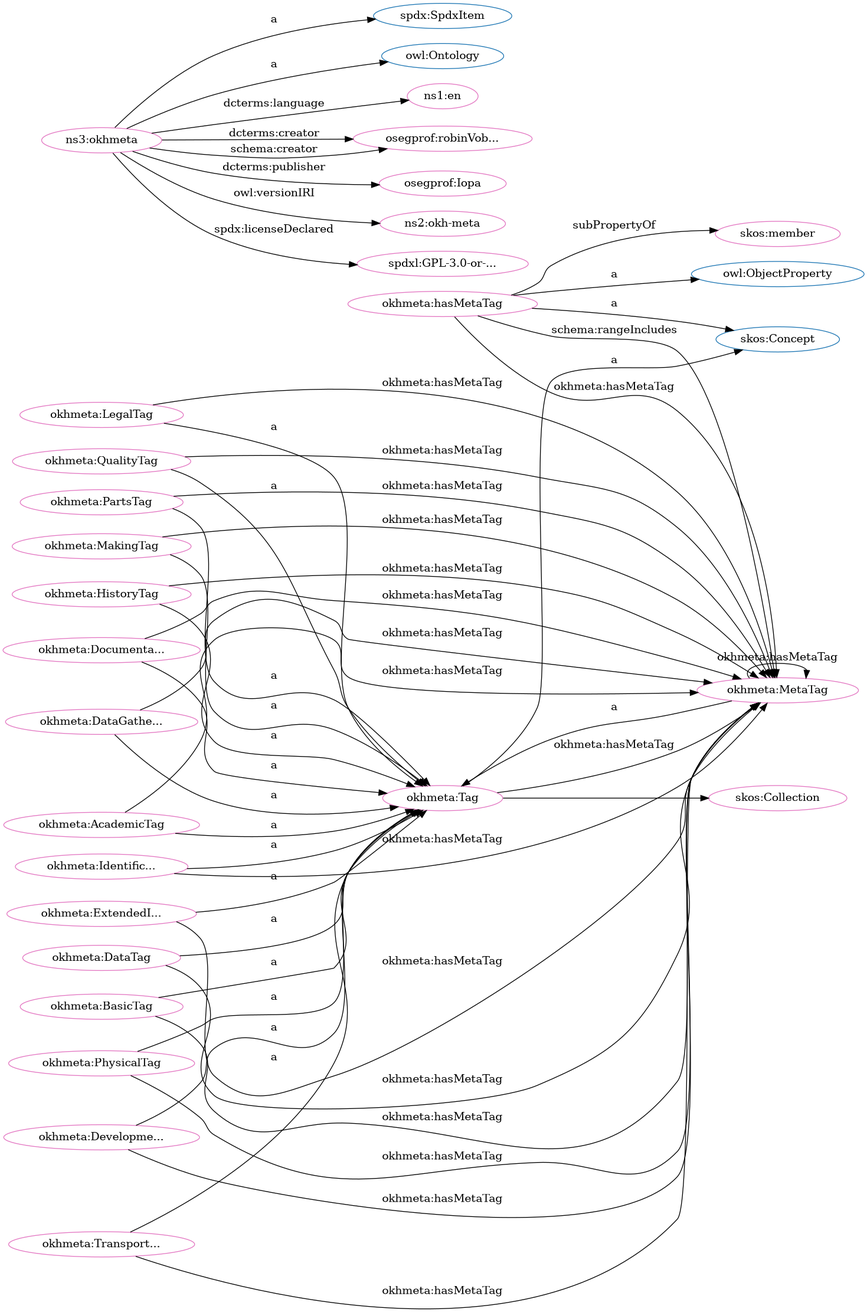
iop-alliance/OpenKnowHow keeps this Graphviz diagram as src/spec/dot_okh-meta.png. Above is the earlier version. Its source is kept beside it as src/spec/dot_okh-meta.dot.
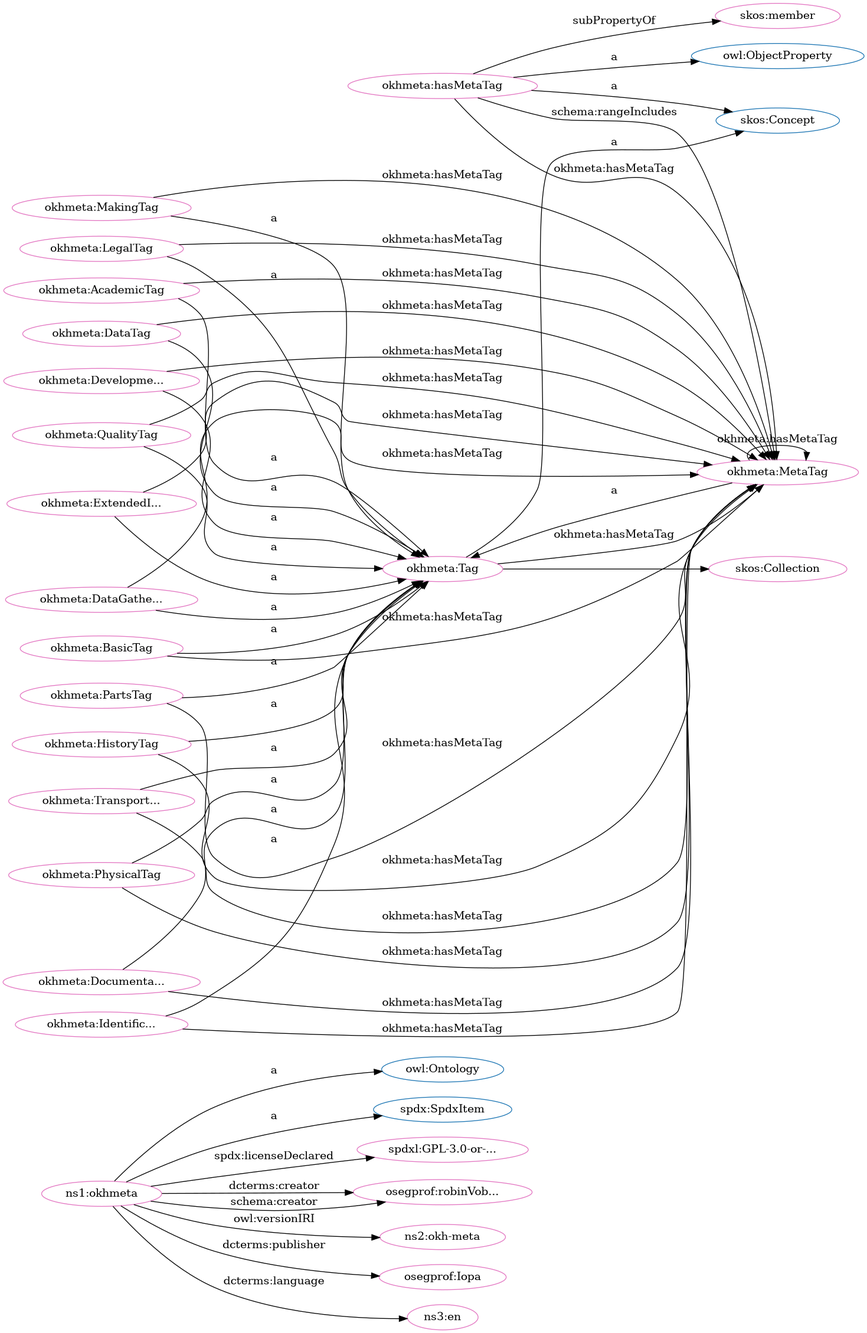
After the commit.

Change to the diagram source:
```diff
@@ -1,85 +1,85 @@
 digraph G {
   rankdir=BT
   node[height=.3]
-"http://www.w3.org/2004/02/skos/core#Collection" [fillcolor="#1f77b4" color="#1f77b4" label="skos:Collection"]
-"http://spdx.org/rdf/terms#SpdxItem" [fillcolor="#1f77b4" color="#1f77b4" label="spdx:SpdxItem"]
-"http://w3id.org/oseg/ont/okhmeta#Tag" [fillcolor="#1f77b4" color="#1f77b4" label="okhmeta:Tag"]
 "http://www.w3.org/2002/07/owl#Ontology" [fillcolor="#1f77b4" color="#1f77b4" label="owl:Ontology"]
 "http://www.w3.org/2004/02/skos/core#Concept" [fillcolor="#1f77b4" color="#1f77b4" label="skos:Concept"]
+"http://spdx.org/rdf/terms#SpdxItem" [fillcolor="#1f77b4" color="#1f77b4" label="spdx:SpdxItem"]
+"http://www.w3.org/2002/07/owl#ObjectProperty" [fillcolor="#1f77b4" color="#1f77b4" label="owl:ObjectProperty"]
+"http://w3id.org/oseg/ont/okhmeta#Tag" [fillcolor="#1f77b4" color="#1f77b4" label="okhmeta:Tag"]
+"http://www.w3.org/2004/02/skos/core#Collection" [fillcolor="#1f77b4" color="#1f77b4" label="skos:Collection"]
 "http://w3id.org/oseg/ont/okhmeta#MetaTag" [fillcolor="#1f77b4" color="#1f77b4" label="okhmeta:MetaTag"]
-"http://www.w3.org/2002/07/owl#ObjectProperty" [fillcolor="#1f77b4" color="#1f77b4" label="owl:ObjectProperty"]
+"http://spdx.org/licenses/GPL-3.0-or-later" [fillcolor="#e377c2" color="#e377c2" label="spdxl:GPL-3.0-or-..."]
+"http://w3id.org/oseg/ont/okhmeta#DevelopmentTag" [fillcolor="#e377c2" color="#e377c2" label="okhmeta:Developme..."]
+"http://w3id.org/oseg/ont/oseg-profiles#robinVobruba" [fillcolor="#e377c2" color="#e377c2" label="osegprof:robinVob..."]
+"http://w3id.org/oseg/ont/okhmeta#MetaTag" [fillcolor="#e377c2" color="#e377c2" label="okhmeta:MetaTag"]
+"http://w3id.org/oseg/ont/okhmeta" [fillcolor="#e377c2" color="#e377c2" label="ns1:okhmeta"]
+"http://w3id.org/oseg/ont/okhmeta#PhysicalTag" [fillcolor="#e377c2" color="#e377c2" label="okhmeta:PhysicalTag"]
+"http://w3id.org/oseg/ont/okhmeta#MakingTag" [fillcolor="#e377c2" color="#e377c2" label="okhmeta:MakingTag"]
+"http://w3id.org/oseg/ont/okhmeta#PartsTag" [fillcolor="#e377c2" color="#e377c2" label="okhmeta:PartsTag"]
+"http://w3id.org/oseg/ont/okhmeta#TransportationTag" [fillcolor="#e377c2" color="#e377c2" label="okhmeta:Transport..."]
+"http://w3id.org/oseg/ont/okhmeta#Tag" [fillcolor="#e377c2" color="#e377c2" label="okhmeta:Tag"]
+"http://w3id.org/oseg/ont/okhmeta#LegalTag" [fillcolor="#e377c2" color="#e377c2" label="okhmeta:LegalTag"]
+"http://w3id.org/oseg/ont/okhmeta#hasMetaTag" [fillcolor="#e377c2" color="#e377c2" label="okhmeta:hasMetaTag"]
+"http://w3id.org/oseg/ont/okhmeta#AcademicTag" [fillcolor="#e377c2" color="#e377c2" label="okhmeta:AcademicTag"]
+"http://w3id.org/oseg/ont/okhmeta#BasicTag" [fillcolor="#e377c2" color="#e377c2" label="okhmeta:BasicTag"]
+"http://w3id.org/oseg/ont/okhmeta#IdentificationTag" [fillcolor="#e377c2" color="#e377c2" label="okhmeta:Identific..."]
+"http://w3id.org/oseg/ont/okhmeta#ExtendedInfoTag" [fillcolor="#e377c2" color="#e377c2" label="okhmeta:ExtendedI..."]
 "http://www.w3.org/2004/02/skos/core#member" [fillcolor="#e377c2" color="#e377c2" label="skos:member"]
-"http://w3id.org/oseg/ont/okhmeta#MetaTag" [fillcolor="#e377c2" color="#e377c2" label="okhmeta:MetaTag"]
-"http://id.loc.gov/vocabulary/iso639-1/en" [fillcolor="#e377c2" color="#e377c2" label="ns1:en"]
-"http://w3id.org/oseg/ont/oseg-profiles#robinVobruba" [fillcolor="#e377c2" color="#e377c2" label="osegprof:robinVob..."]
+"http://w3id.org/oseg/ont/okhmeta#DocumentationTag" [fillcolor="#e377c2" color="#e377c2" label="okhmeta:Documenta..."]
+"http://w3id.org/oseg/ont/okhmeta#DataGatheringTag" [fillcolor="#e377c2" color="#e377c2" label="okhmeta:DataGathe..."]
+"http://w3id.org/oseg/ont/1.1.0/okh-meta" [fillcolor="#e377c2" color="#e377c2" label="ns2:okh-meta"]
 "http://w3id.org/oseg/ont/okhmeta#HistoryTag" [fillcolor="#e377c2" color="#e377c2" label="okhmeta:HistoryTag"]
+"http://w3id.org/oseg/ont/oseg-profiles#Iopa" [fillcolor="#e377c2" color="#e377c2" label="osegprof:Iopa"]
+"http://id.loc.gov/vocabulary/iso639-1/en" [fillcolor="#e377c2" color="#e377c2" label="ns3:en"]
+"http://w3id.org/oseg/ont/okhmeta#QualityTag" [fillcolor="#e377c2" color="#e377c2" label="okhmeta:QualityTag"]
 "http://www.w3.org/2004/02/skos/core#Collection" [fillcolor="#e377c2" color="#e377c2" label="skos:Collection"]
-"http://w3id.org/oseg/ont/okhmeta#PhysicalTag" [fillcolor="#e377c2" color="#e377c2" label="okhmeta:PhysicalTag"]
-"http://w3id.org/oseg/ont/okhmeta#LegalTag" [fillcolor="#e377c2" color="#e377c2" label="okhmeta:LegalTag"]
-"http://w3id.org/oseg/ont/okhmeta#ExtendedInfoTag" [fillcolor="#e377c2" color="#e377c2" label="okhmeta:ExtendedI..."]
-"http://w3id.org/oseg/ont/okhmeta#BasicTag" [fillcolor="#e377c2" color="#e377c2" label="okhmeta:BasicTag"]
-"http://w3id.org/oseg/ont/okhmeta#QualityTag" [fillcolor="#e377c2" color="#e377c2" label="okhmeta:QualityTag"]
-"http://w3id.org/oseg/ont/okhmeta#PartsTag" [fillcolor="#e377c2" color="#e377c2" label="okhmeta:PartsTag"]
-"http://w3id.org/oseg/ont/oseg-profiles#Iopa" [fillcolor="#e377c2" color="#e377c2" label="osegprof:Iopa"]
-"http://w3id.org/oseg/ont/okhmeta#hasMetaTag" [fillcolor="#e377c2" color="#e377c2" label="okhmeta:hasMetaTag"]
-"http://w3id.org/oseg/ont/okhmeta#IdentificationTag" [fillcolor="#e377c2" color="#e377c2" label="okhmeta:Identific..."]
-"http://w3id.org/oseg/ont/1.1.0/okh-meta" [fillcolor="#e377c2" color="#e377c2" label="ns2:okh-meta"]
-"http://w3id.org/oseg/ont/okhmeta" [fillcolor="#e377c2" color="#e377c2" label="ns3:okhmeta"]
-"http://w3id.org/oseg/ont/okhmeta#TransportationTag" [fillcolor="#e377c2" color="#e377c2" label="okhmeta:Transport..."]
-"http://w3id.org/oseg/ont/okhmeta#DataGatheringTag" [fillcolor="#e377c2" color="#e377c2" label="okhmeta:DataGathe..."]
-"http://w3id.org/oseg/ont/okhmeta#DevelopmentTag" [fillcolor="#e377c2" color="#e377c2" label="okhmeta:Developme..."]
-"http://w3id.org/oseg/ont/okhmeta#AcademicTag" [fillcolor="#e377c2" color="#e377c2" label="okhmeta:AcademicTag"]
 "http://w3id.org/oseg/ont/okhmeta#DataTag" [fillcolor="#e377c2" color="#e377c2" label="okhmeta:DataTag"]
-"http://w3id.org/oseg/ont/okhmeta#DocumentationTag" [fillcolor="#e377c2" color="#e377c2" label="okhmeta:Documenta..."]
-"http://w3id.org/oseg/ont/okhmeta#MakingTag" [fillcolor="#e377c2" color="#e377c2" label="okhmeta:MakingTag"]
-"http://spdx.org/licenses/GPL-3.0-or-later" [fillcolor="#e377c2" color="#e377c2" label="spdxl:GPL-3.0-or-..."]
-"http://w3id.org/oseg/ont/okhmeta#Tag" [fillcolor="#e377c2" color="#e377c2" label="okhmeta:Tag"]
+  "http://w3id.org/oseg/ont/okhmeta#TransportationTag" -> "http://w3id.org/oseg/ont/okhmeta#MetaTag" [label="okhmeta:hasMetaTag"]
+  "http://w3id.org/oseg/ont/okhmeta#hasMetaTag" -> "http://w3id.org/oseg/ont/okhmeta#MetaTag" [label="okhmeta:hasMetaTag"]
+  "http://w3id.org/oseg/ont/okhmeta#hasMetaTag" -> "http://w3id.org/oseg/ont/okhmeta#MetaTag" [label="schema:rangeIncludes"]
+  "http://w3id.org/oseg/ont/okhmeta#LegalTag" -> "http://w3id.org/oseg/ont/okhmeta#MetaTag" [label="okhmeta:hasMetaTag"]
+  "http://w3id.org/oseg/ont/okhmeta" -> "http://w3id.org/oseg/ont/oseg-profiles#robinVobruba" [label="dcterms:creator"]
+  "http://w3id.org/oseg/ont/okhmeta#MakingTag" -> "http://w3id.org/oseg/ont/okhmeta#Tag" [label="a"]
+  "http://w3id.org/oseg/ont/okhmeta#DevelopmentTag" -> "http://w3id.org/oseg/ont/okhmeta#MetaTag" [label="okhmeta:hasMetaTag"]
+  "http://w3id.org/oseg/ont/okhmeta#DataTag" -> "http://w3id.org/oseg/ont/okhmeta#MetaTag" [label="okhmeta:hasMetaTag"]
+  "http://w3id.org/oseg/ont/okhmeta#PartsTag" -> "http://w3id.org/oseg/ont/okhmeta#Tag" [label="a"]
+  "http://w3id.org/oseg/ont/okhmeta#TransportationTag" -> "http://w3id.org/oseg/ont/okhmeta#Tag" [label="a"]
+  "http://w3id.org/oseg/ont/okhmeta#Tag" -> "http://www.w3.org/2004/02/skos/core#Concept" [label="a"]
+  "http://w3id.org/oseg/ont/okhmeta#BasicTag" -> "http://w3id.org/oseg/ont/okhmeta#MetaTag" [label="okhmeta:hasMetaTag"]
+  "http://w3id.org/oseg/ont/okhmeta#IdentificationTag" -> "http://w3id.org/oseg/ont/okhmeta#MetaTag" [label="okhmeta:hasMetaTag"]
+  "http://w3id.org/oseg/ont/okhmeta#Tag" -> "http://w3id.org/oseg/ont/okhmeta#MetaTag" [label="okhmeta:hasMetaTag"]
+  "http://w3id.org/oseg/ont/okhmeta#LegalTag" -> "http://w3id.org/oseg/ont/okhmeta#Tag" [label="a"]
+  "http://w3id.org/oseg/ont/okhmeta#hasMetaTag" -> "http://www.w3.org/2002/07/owl#ObjectProperty" [label="a"]
+  "http://w3id.org/oseg/ont/okhmeta#AcademicTag" -> "http://w3id.org/oseg/ont/okhmeta#Tag" [label="a"]
+  "http://w3id.org/oseg/ont/okhmeta#BasicTag" -> "http://w3id.org/oseg/ont/okhmeta#Tag" [label="a"]
+  "http://w3id.org/oseg/ont/okhmeta#IdentificationTag" -> "http://w3id.org/oseg/ont/okhmeta#Tag" [label="a"]
+  "http://w3id.org/oseg/ont/okhmeta#PartsTag" -> "http://w3id.org/oseg/ont/okhmeta#MetaTag" [label="okhmeta:hasMetaTag"]
+  "http://w3id.org/oseg/ont/okhmeta#QualityTag" -> "http://w3id.org/oseg/ont/okhmeta#MetaTag" [label="okhmeta:hasMetaTag"]
+  "http://w3id.org/oseg/ont/okhmeta#ExtendedInfoTag" -> "http://w3id.org/oseg/ont/okhmeta#Tag" [label="a"]
   "http://w3id.org/oseg/ont/okhmeta#hasMetaTag" -> "http://www.w3.org/2004/02/skos/core#member" [label="subPropertyOf"]
+  "http://w3id.org/oseg/ont/okhmeta#MetaTag" -> "http://w3id.org/oseg/ont/okhmeta#Tag" [label="a"]
+  "http://w3id.org/oseg/ont/okhmeta#AcademicTag" -> "http://w3id.org/oseg/ont/okhmeta#MetaTag" [label="okhmeta:hasMetaTag"]
+  "http://w3id.org/oseg/ont/okhmeta" -> "http://id.loc.gov/vocabulary/iso639-1/en" [label="dcterms:language"]
+  "http://w3id.org/oseg/ont/okhmeta#QualityTag" -> "http://w3id.org/oseg/ont/okhmeta#Tag" [label="a"]
+  "http://w3id.org/oseg/ont/okhmeta#Tag" -> "http://www.w3.org/2004/02/skos/core#Collection" [label=""]
+  "http://w3id.org/oseg/ont/okhmeta#PhysicalTag" -> "http://w3id.org/oseg/ont/okhmeta#MetaTag" [label="okhmeta:hasMetaTag"]
+  "http://w3id.org/oseg/ont/okhmeta" -> "http://spdx.org/licenses/GPL-3.0-or-later" [label="spdx:licenseDeclared"]
+  "http://w3id.org/oseg/ont/okhmeta#DevelopmentTag" -> "http://w3id.org/oseg/ont/okhmeta#Tag" [label="a"]
+  "http://w3id.org/oseg/ont/okhmeta" -> "http://w3id.org/oseg/ont/oseg-profiles#robinVobruba" [label="schema:creator"]
+  "http://w3id.org/oseg/ont/okhmeta#ExtendedInfoTag" -> "http://w3id.org/oseg/ont/okhmeta#MetaTag" [label="okhmeta:hasMetaTag"]
+  "http://w3id.org/oseg/ont/okhmeta#MetaTag" -> "http://w3id.org/oseg/ont/okhmeta#MetaTag" [label="okhmeta:hasMetaTag"]
+  "http://w3id.org/oseg/ont/okhmeta" -> "http://spdx.org/rdf/terms#SpdxItem" [label="a"]
+  "http://w3id.org/oseg/ont/okhmeta#PhysicalTag" -> "http://w3id.org/oseg/ont/okhmeta#Tag" [label="a"]
   "http://w3id.org/oseg/ont/okhmeta#MakingTag" -> "http://w3id.org/oseg/ont/okhmeta#MetaTag" [label="okhmeta:hasMetaTag"]
-  "http://w3id.org/oseg/ont/okhmeta" -> "http://id.loc.gov/vocabulary/iso639-1/en" [label="dcterms:language"]
-  "http://w3id.org/oseg/ont/okhmeta#hasMetaTag" -> "http://w3id.org/oseg/ont/okhmeta#MetaTag" [label="okhmeta:hasMetaTag"]
-  "http://w3id.org/oseg/ont/okhmeta#Tag" -> "http://w3id.org/oseg/ont/okhmeta#MetaTag" [label="okhmeta:hasMetaTag"]
+  "http://w3id.org/oseg/ont/okhmeta" -> "http://www.w3.org/2002/07/owl#Ontology" [label="a"]
+  "http://w3id.org/oseg/ont/okhmeta#DocumentationTag" -> "http://w3id.org/oseg/ont/okhmeta#MetaTag" [label="okhmeta:hasMetaTag"]
+  "http://w3id.org/oseg/ont/okhmeta#DataGatheringTag" -> "http://w3id.org/oseg/ont/okhmeta#MetaTag" [label="okhmeta:hasMetaTag"]
+  "http://w3id.org/oseg/ont/okhmeta#HistoryTag" -> "http://w3id.org/oseg/ont/okhmeta#MetaTag" [label="okhmeta:hasMetaTag"]
+  "http://w3id.org/oseg/ont/okhmeta#DocumentationTag" -> "http://w3id.org/oseg/ont/okhmeta#Tag" [label="a"]
+  "http://w3id.org/oseg/ont/okhmeta#DataGatheringTag" -> "http://w3id.org/oseg/ont/okhmeta#Tag" [label="a"]
+  "http://w3id.org/oseg/ont/okhmeta" -> "http://w3id.org/oseg/ont/1.1.0/okh-meta" [label="owl:versionIRI"]
   "http://w3id.org/oseg/ont/okhmeta#HistoryTag" -> "http://w3id.org/oseg/ont/okhmeta#Tag" [label="a"]
-  "http://w3id.org/oseg/ont/okhmeta#TransportationTag" -> "http://w3id.org/oseg/ont/okhmeta#MetaTag" [label="okhmeta:hasMetaTag"]
-  "http://w3id.org/oseg/ont/okhmeta#PhysicalTag" -> "http://w3id.org/oseg/ont/okhmeta#Tag" [label="a"]
-  "http://w3id.org/oseg/ont/okhmeta#DataGatheringTag" -> "http://w3id.org/oseg/ont/okhmeta#MetaTag" [label="okhmeta:hasMetaTag"]
-  "http://w3id.org/oseg/ont/okhmeta#ExtendedInfoTag" -> "http://w3id.org/oseg/ont/okhmeta#MetaTag" [label="okhmeta:hasMetaTag"]
-  "http://w3id.org/oseg/ont/okhmeta#BasicTag" -> "http://w3id.org/oseg/ont/okhmeta#Tag" [label="a"]
-  "http://w3id.org/oseg/ont/okhmeta#PartsTag" -> "http://w3id.org/oseg/ont/okhmeta#Tag" [label="a"]
-  "http://w3id.org/oseg/ont/okhmeta#MetaTag" -> "http://w3id.org/oseg/ont/okhmeta#Tag" [label="a"]
+  "http://w3id.org/oseg/ont/okhmeta" -> "http://w3id.org/oseg/ont/oseg-profiles#Iopa" [label="dcterms:publisher"]
+  "http://w3id.org/oseg/ont/okhmeta#DataTag" -> "http://w3id.org/oseg/ont/okhmeta#Tag" [label="a"]
   "http://w3id.org/oseg/ont/okhmeta#hasMetaTag" -> "http://www.w3.org/2004/02/skos/core#Concept" [label="a"]
-  "http://w3id.org/oseg/ont/okhmeta#IdentificationTag" -> "http://w3id.org/oseg/ont/okhmeta#Tag" [label="a"]
-  "http://w3id.org/oseg/ont/okhmeta#QualityTag" -> "http://w3id.org/oseg/ont/okhmeta#MetaTag" [label="okhmeta:hasMetaTag"]
-  "http://w3id.org/oseg/ont/okhmeta" -> "http://www.w3.org/2002/07/owl#Ontology" [label="a"]
-  "http://w3id.org/oseg/ont/okhmeta#TransportationTag" -> "http://w3id.org/oseg/ont/okhmeta#Tag" [label="a"]
-  "http://w3id.org/oseg/ont/okhmeta#DataGatheringTag" -> "http://w3id.org/oseg/ont/okhmeta#Tag" [label="a"]
-  "http://w3id.org/oseg/ont/okhmeta#DevelopmentTag" -> "http://w3id.org/oseg/ont/okhmeta#Tag" [label="a"]
-  "http://w3id.org/oseg/ont/okhmeta#hasMetaTag" -> "http://www.w3.org/2002/07/owl#ObjectProperty" [label="a"]
-  "http://w3id.org/oseg/ont/okhmeta#AcademicTag" -> "http://w3id.org/oseg/ont/okhmeta#MetaTag" [label="okhmeta:hasMetaTag"]
-  "http://w3id.org/oseg/ont/okhmeta" -> "http://spdx.org/rdf/terms#SpdxItem" [label="a"]
-  "http://w3id.org/oseg/ont/okhmeta#DataTag" -> "http://w3id.org/oseg/ont/okhmeta#Tag" [label="a"]
-  "http://w3id.org/oseg/ont/okhmeta#DocumentationTag" -> "http://w3id.org/oseg/ont/okhmeta#Tag" [label="a"]
-  "http://w3id.org/oseg/ont/okhmeta#MakingTag" -> "http://w3id.org/oseg/ont/okhmeta#Tag" [label="a"]
-  "http://w3id.org/oseg/ont/okhmeta" -> "http://spdx.org/licenses/GPL-3.0-or-later" [label="spdx:licenseDeclared"]
-  "http://w3id.org/oseg/ont/okhmeta#MetaTag" -> "http://w3id.org/oseg/ont/okhmeta#MetaTag" [label="okhmeta:hasMetaTag"]
-  "http://w3id.org/oseg/ont/okhmeta#Tag" -> "http://www.w3.org/2004/02/skos/core#Concept" [label="a"]
-  "http://w3id.org/oseg/ont/okhmeta#IdentificationTag" -> "http://w3id.org/oseg/ont/okhmeta#MetaTag" [label="okhmeta:hasMetaTag"]
-  "http://w3id.org/oseg/ont/okhmeta" -> "http://w3id.org/oseg/ont/oseg-profiles#robinVobruba" [label="dcterms:creator"]
-  "http://w3id.org/oseg/ont/okhmeta#LegalTag" -> "http://w3id.org/oseg/ont/okhmeta#Tag" [label="a"]
-  "http://w3id.org/oseg/ont/okhmeta#ExtendedInfoTag" -> "http://w3id.org/oseg/ont/okhmeta#Tag" [label="a"]
-  "http://w3id.org/oseg/ont/okhmeta#QualityTag" -> "http://w3id.org/oseg/ont/okhmeta#Tag" [label="a"]
-  "http://w3id.org/oseg/ont/okhmeta#DataTag" -> "http://w3id.org/oseg/ont/okhmeta#MetaTag" [label="okhmeta:hasMetaTag"]
-  "http://w3id.org/oseg/ont/okhmeta" -> "http://w3id.org/oseg/ont/oseg-profiles#Iopa" [label="dcterms:publisher"]
-  "http://w3id.org/oseg/ont/okhmeta" -> "http://w3id.org/oseg/ont/1.1.0/okh-meta" [label="owl:versionIRI"]
-  "http://w3id.org/oseg/ont/okhmeta#PartsTag" -> "http://w3id.org/oseg/ont/okhmeta#MetaTag" [label="okhmeta:hasMetaTag"]
-  "http://w3id.org/oseg/ont/okhmeta#hasMetaTag" -> "http://w3id.org/oseg/ont/okhmeta#MetaTag" [label="schema:rangeIncludes"]
-  "http://w3id.org/oseg/ont/okhmeta#DevelopmentTag" -> "http://w3id.org/oseg/ont/okhmeta#MetaTag" [label="okhmeta:hasMetaTag"]
-  "http://w3id.org/oseg/ont/okhmeta#AcademicTag" -> "http://w3id.org/oseg/ont/okhmeta#Tag" [label="a"]
-  "http://w3id.org/oseg/ont/okhmeta#HistoryTag" -> "http://w3id.org/oseg/ont/okhmeta#MetaTag" [label="okhmeta:hasMetaTag"]
-  "http://w3id.org/oseg/ont/okhmeta#PhysicalTag" -> "http://w3id.org/oseg/ont/okhmeta#MetaTag" [label="okhmeta:hasMetaTag"]
-  "http://w3id.org/oseg/ont/okhmeta#LegalTag" -> "http://w3id.org/oseg/ont/okhmeta#MetaTag" [label="okhmeta:hasMetaTag"]
-  "http://w3id.org/oseg/ont/okhmeta" -> "http://w3id.org/oseg/ont/oseg-profiles#robinVobruba" [label="schema:creator"]
-  "http://w3id.org/oseg/ont/okhmeta#DocumentationTag" -> "http://w3id.org/oseg/ont/okhmeta#MetaTag" [label="okhmeta:hasMetaTag"]
-  "http://w3id.org/oseg/ont/okhmeta#BasicTag" -> "http://w3id.org/oseg/ont/okhmeta#MetaTag" [label="okhmeta:hasMetaTag"]
-  "http://w3id.org/oseg/ont/okhmeta#Tag" -> "http://www.w3.org/2004/02/skos/core#Collection" [label=""]
 }
```
